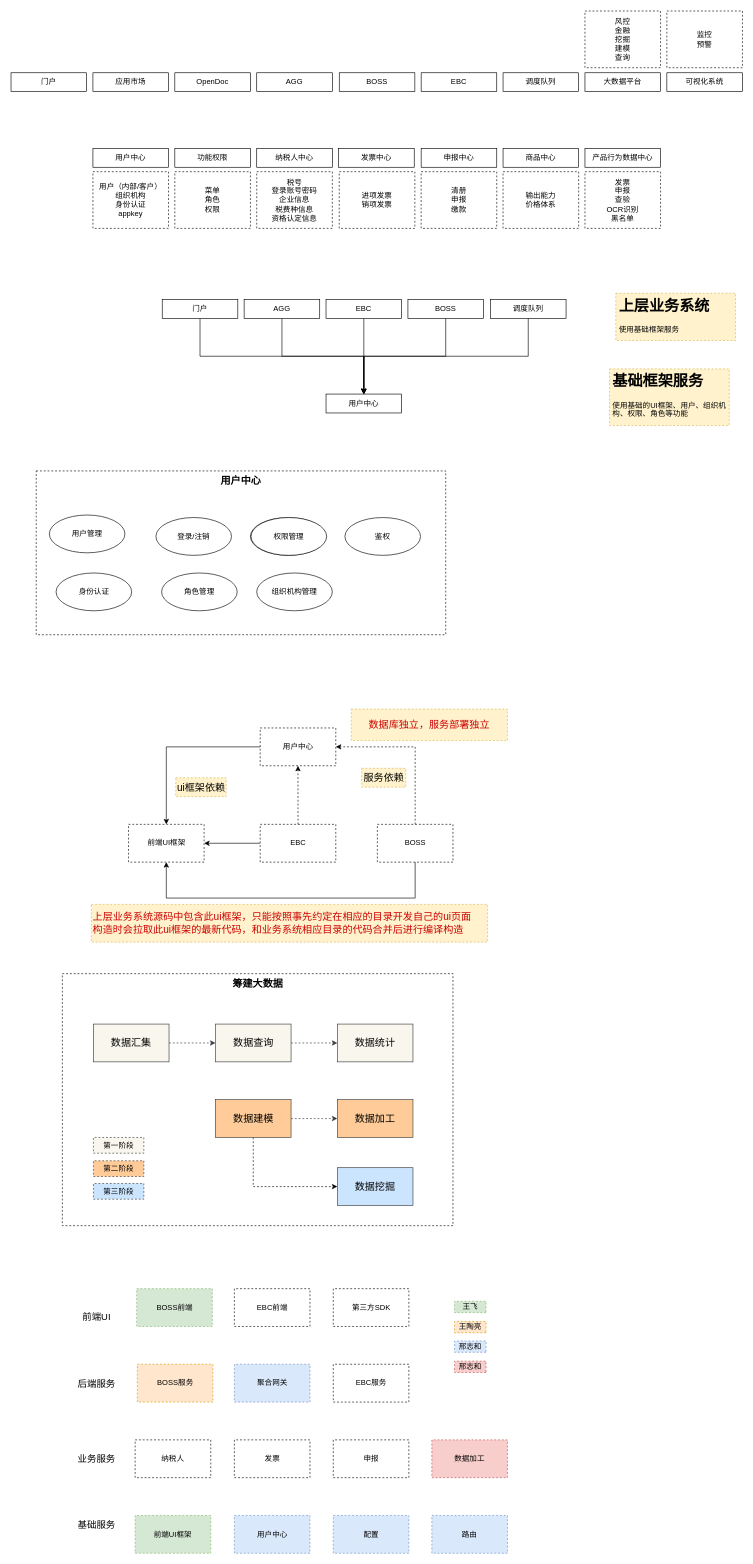
Earlier version of the draw.io diagram 基于Boss系统的基础框架.drawio (xingzhihe/hello-world). Source tidied: cells renumbered, new cells numbered last; positions are measured from the earlier drawing's top-left corner, leaving out a move shared by most shapes. Both pictures are drawn from the tidied source at 63%, with x=0, y=0 at pixel (11, 11).
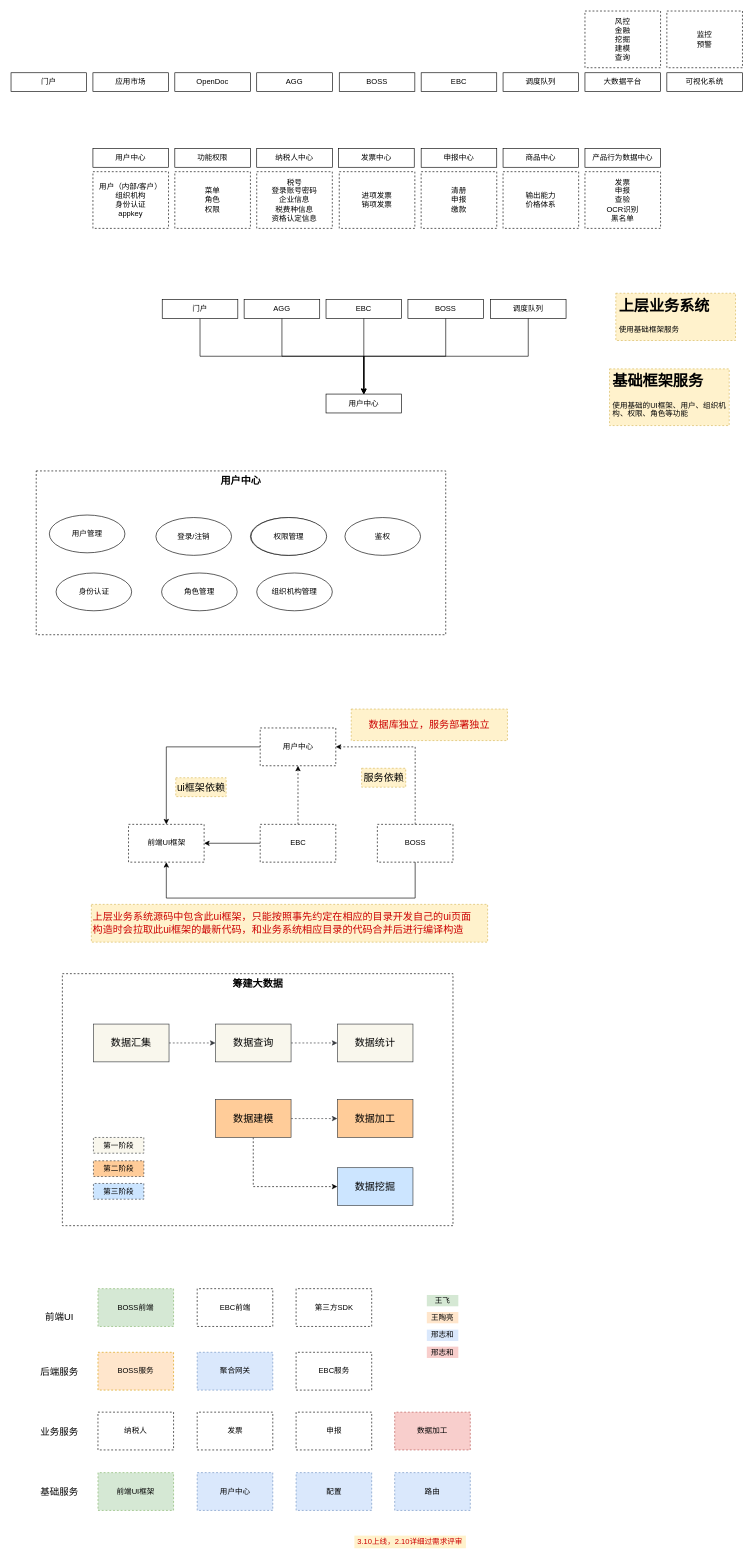
Above is the later version.

Commit message:
更新基于Boss系统的基础框架.drawio

What changed in the source:
```diff
@@
     <mxCell id="68" value="纳税人" style="rounded=0;whiteSpace=wrap;html=1;dashed=1;flipH=1;flipV=1;" parent="1" vertex="1">
-      <mxGeometry x="197" y="2268" width="120" height="60" as="geometry" />
+      <mxGeometry x="138" y="2224" width="120" height="60" as="geometry" />
     </mxCell>
     <mxCell id="69" value="发票" style="rounded=0;whiteSpace=wrap;html=1;dashed=1;flipH=1;" parent="1" vertex="1">
-      <mxGeometry x="354.5" y="2268" width="120" height="60" as="geometry" />
+      <mxGeometry x="295.5" y="2224" width="120" height="60" as="geometry" />
     </mxCell>
     <mxCell id="70" value="申报" style="rounded=0;whiteSpace=wrap;html=1;dashed=1;flipH=1;" parent="1" vertex="1">
-      <mxGeometry x="511.5" y="2268" width="120" height="60" as="geometry" />
+      <mxGeometry x="452.5" y="2224" width="120" height="60" as="geometry" />
     </mxCell>
@@
     <mxCell id="79" value="前端UI框架" style="rounded=0;whiteSpace=wrap;html=1;dashed=1;fillColor=#d5e8d4;strokeColor=#82b366;flipH=0;flipV=1;" parent="1" vertex="1">
-      <mxGeometry x="197" y="2388" width="120" height="60" as="geometry" />
+      <mxGeometry x="138" y="2320" width="120" height="60" as="geometry" />
     </mxCell>
     <mxCell id="80" value="用户中心" style="rounded=0;whiteSpace=wrap;html=1;dashed=1;fillColor=#dae8fc;strokeColor=#6c8ebf;flipH=0;" parent="1" vertex="1">
-      <mxGeometry x="354.5" y="2388" width="120" height="60" as="geometry" />
+      <mxGeometry x="295.5" y="2320" width="120" height="60" as="geometry" />
     </mxCell>
     <mxCell id="81" value="配置" style="rounded=0;whiteSpace=wrap;html=1;dashed=1;fillColor=#dae8fc;strokeColor=#6c8ebf;flipH=0;" parent="1" vertex="1">
-      <mxGeometry x="511.5" y="2388" width="120" height="60" as="geometry" />
+      <mxGeometry x="452.5" y="2320" width="120" height="60" as="geometry" />
     </mxCell>
     <mxCell id="82" value="路由" style="rounded=0;whiteSpace=wrap;html=1;dashed=1;fillColor=#dae8fc;strokeColor=#6c8ebf;flipH=0;" parent="1" vertex="1">
-      <mxGeometry x="668" y="2388" width="120" height="60" as="geometry" />
+      <mxGeometry x="609" y="2320" width="120" height="60" as="geometry" />
     </mxCell>
     <mxCell id="83" value="聚合网关" style="rounded=0;whiteSpace=wrap;html=1;dashed=1;fillColor=#dae8fc;strokeColor=#6c8ebf;flipH=1;" parent="1" vertex="1">
-      <mxGeometry x="354.5" y="2148" width="120" height="60" as="geometry" />
+      <mxGeometry x="295.5" y="2129" width="120" height="60" as="geometry" />
     </mxCell>
     <mxCell id="84" value="BOSS服务" style="rounded=0;whiteSpace=wrap;html=1;dashed=1;fillColor=#ffe6cc;strokeColor=#d79b00;flipH=1;flipV=1;" parent="1" vertex="1">
-      <mxGeometry x="200.5" y="2148" width="120" height="60" as="geometry" />
+      <mxGeometry x="138" y="2129" width="120" height="60" as="geometry" />
     </mxCell>
     <mxCell id="85" value="EBC服务" style="rounded=0;whiteSpace=wrap;html=1;dashed=1;flipH=1;" parent="1" vertex="1">
-      <mxGeometry x="511.5" y="2148" width="120" height="60" as="geometry" />
+      <mxGeometry x="452.5" y="2129" width="120" height="60" as="geometry" />
     </mxCell>
     <mxCell id="86" value="第三方SDK" style="rounded=0;whiteSpace=wrap;html=1;dashed=1;flipH=1;" parent="1" vertex="1">
-      <mxGeometry x="511.5" y="2028" width="120" height="60" as="geometry" />
+      <mxGeometry x="452.5" y="2028" width="120" height="60" as="geometry" />
     </mxCell>
     <mxCell id="87" value="BOSS前端" style="rounded=0;whiteSpace=wrap;html=1;dashed=1;fillColor=#d5e8d4;strokeColor=#82b366;flipH=1;flipV=1;" parent="1" vertex="1">
-      <mxGeometry x="199.5" y="2028" width="120" height="60" as="geometry" />
+      <mxGeometry x="138" y="2028" width="120" height="60" as="geometry" />
     </mxCell>
     <mxCell id="88" value="EBC前端" style="rounded=0;whiteSpace=wrap;html=1;dashed=1;flipH=1;" parent="1" vertex="1">
-      <mxGeometry x="354.5" y="2028" width="120" height="60" as="geometry" />
+      <mxGeometry x="295.5" y="2028" width="120" height="60" as="geometry" />
     </mxCell>
     <mxCell id="89" value="数据加工" style="rounded=0;whiteSpace=wrap;html=1;dashed=1;fillColor=#f8cecc;strokeColor=#b85450;flipH=1;" parent="1" vertex="1">
-      <mxGeometry x="668" y="2268" width="120" height="60" as="geometry" />
+      <mxGeometry x="609" y="2224" width="120" height="60" as="geometry" />
     </mxCell>
     <mxCell id="90" value="前端UI" style="text;html=1;strokeColor=none;fillColor=none;align=center;verticalAlign=middle;whiteSpace=wrap;rounded=0;fontSize=15;" parent="1" vertex="1">
-      <mxGeometry x="96" y="2058" width="80" height="30" as="geometry" />
+      <mxGeometry x="37" y="2058" width="80" height="30" as="geometry" />
     </mxCell>
     <mxCell id="91" value="后端服务" style="text;html=1;strokeColor=none;fillColor=none;align=center;verticalAlign=middle;whiteSpace=wrap;rounded=0;fontSize=15;" parent="1" vertex="1">
-      <mxGeometry x="96" y="2163" width="80" height="30" as="geometry" />
+      <mxGeometry x="37" y="2144" width="80" height="30" as="geometry" />
     </mxCell>
     <mxCell id="92" value="业务服务" style="text;html=1;strokeColor=none;fillColor=none;align=center;verticalAlign=middle;whiteSpace=wrap;rounded=0;fontSize=15;" parent="1" vertex="1">
-      <mxGeometry x="96" y="2283" width="80" height="30" as="geometry" />
+      <mxGeometry x="37" y="2239" width="80" height="30" as="geometry" />
     </mxCell>
     <mxCell id="93" value="基础服务" style="text;html=1;strokeColor=none;fillColor=none;align=center;verticalAlign=middle;whiteSpace=wrap;rounded=0;fontSize=15;" parent="1" vertex="1">
-      <mxGeometry x="96" y="2388" width="80" height="30" as="geometry" />
+      <mxGeometry x="37" y="2335" width="80" height="30" as="geometry" />
     </mxCell>
-    <mxCell id="94" value="王飞" style="rounded=0;whiteSpace=wrap;html=1;dashed=1;fillColor=#d5e8d4;strokeColor=#82b366;flipH=1;flipV=1;" parent="1" vertex="1">
-      <mxGeometry x="704" y="2048" width="50" height="18" as="geometry" />
+    <mxCell id="94" value="王飞" style="rounded=0;whiteSpace=wrap;html=1;dashed=1;fillColor=#d5e8d4;strokeColor=none;flipH=1;flipV=1;" parent="1" vertex="1">
+      <mxGeometry x="660" y="2038" width="50" height="18" as="geometry" />
     </mxCell>
-    <mxCell id="95" value="邢志和" style="rounded=0;whiteSpace=wrap;html=1;dashed=1;fillColor=#dae8fc;strokeColor=#6c8ebf;flipH=1;flipV=1;" parent="1" vertex="1">
-      <mxGeometry x="704" y="2111" width="50" height="18" as="geometry" />
+    <mxCell id="95" value="邢志和" style="rounded=0;whiteSpace=wrap;html=1;dashed=1;fillColor=#dae8fc;strokeColor=none;flipH=1;flipV=1;" parent="1" vertex="1">
+      <mxGeometry x="660" y="2093" width="50" height="18" as="geometry" />
     </mxCell>
-    <mxCell id="96" value="王陶亮" style="rounded=0;whiteSpace=wrap;html=1;dashed=1;fillColor=#ffe6cc;strokeColor=#d79b00;flipH=1;flipV=1;" parent="1" vertex="1">
-      <mxGeometry x="704" y="2080" width="50" height="18" as="geometry" />
+    <mxCell id="96" value="王陶亮" style="rounded=0;whiteSpace=wrap;html=1;dashed=1;fillColor=#ffe6cc;strokeColor=none;flipH=1;flipV=1;" parent="1" vertex="1">
+      <mxGeometry x="660" y="2065" width="50" height="18" as="geometry" />
     </mxCell>
-    <mxCell id="97" value="邢志和" style="rounded=0;whiteSpace=wrap;html=1;dashed=1;fillColor=#f8cecc;strokeColor=#b85450;flipH=1;flipV=1;" parent="1" vertex="1">
-      <mxGeometry x="704" y="2143" width="50" height="18" as="geometry" />
+    <mxCell id="97" value="邢志和" style="rounded=0;whiteSpace=wrap;html=1;dashed=1;fillColor=#f8cecc;strokeColor=none;flipH=1;flipV=1;" parent="1" vertex="1">
+      <mxGeometry x="660" y="2120" width="50" height="18" as="geometry" />
     </mxCell>
+    <mxCell id="98" value="&lt;font style=&quot;font-size: 12px&quot;&gt;3.10上线，2.10详细过需求评审&lt;/font&gt;" style="text;html=1;strokeColor=none;fillColor=#fff2cc;align=center;verticalAlign=middle;whiteSpace=wrap;rounded=0;dashed=1;fontSize=12;fontColor=#CC0000;" parent="1" vertex="1">
+      <mxGeometry x="545" y="2420" width="177" height="20" as="geometry" />
+    </mxCell>
```
